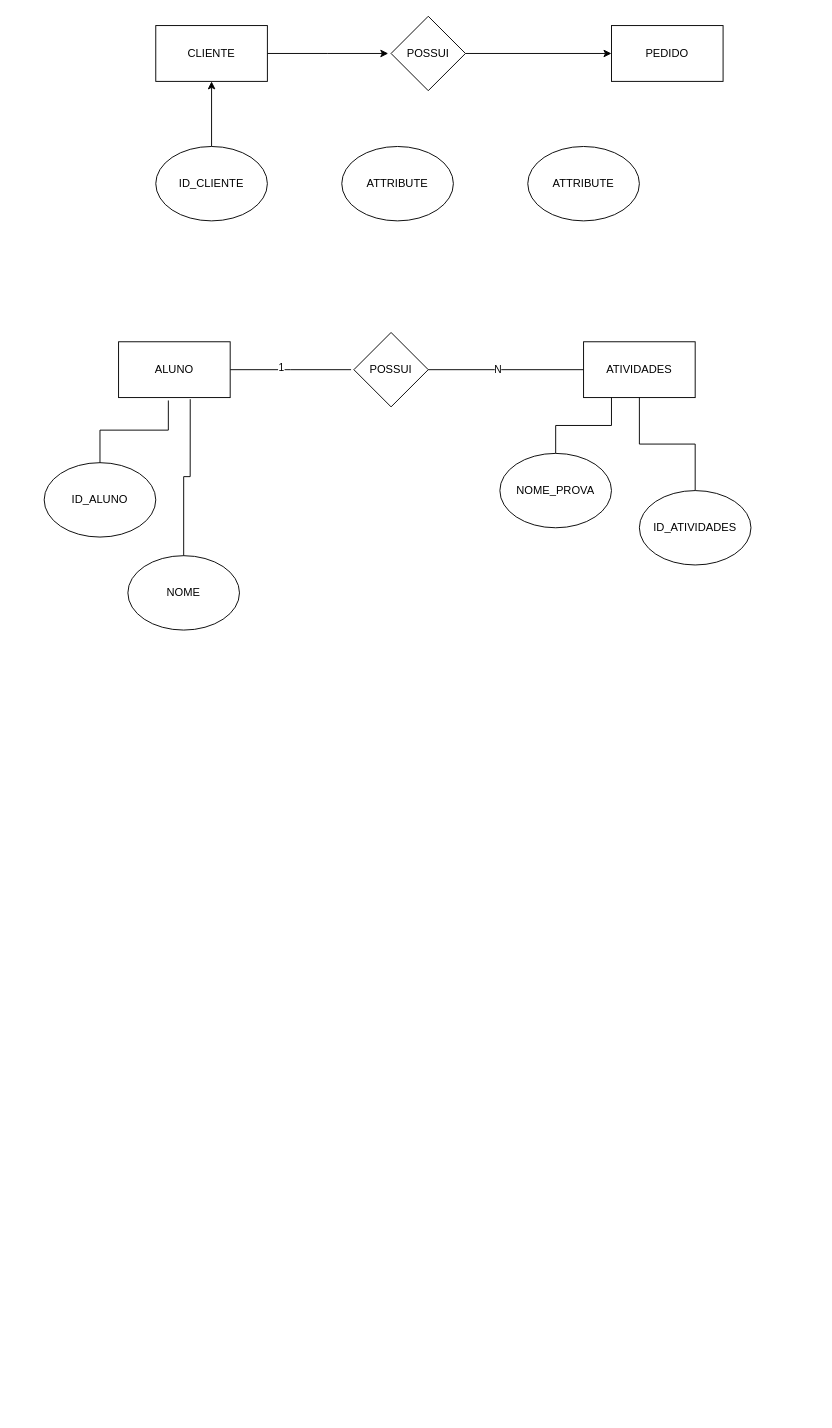
Earlier version of the draw.io diagram exemplo/MER.drawio (MarcosAMessias/Ola-Mundo). Source tidied: cells renumbered, new cells numbered last; positions are measured from the earlier drawing's top-left corner, leaving out a move shared by most shapes. Both pictures are drawn from the tidied source at 93%, with x=0, y=0 at pixel (44, 16).
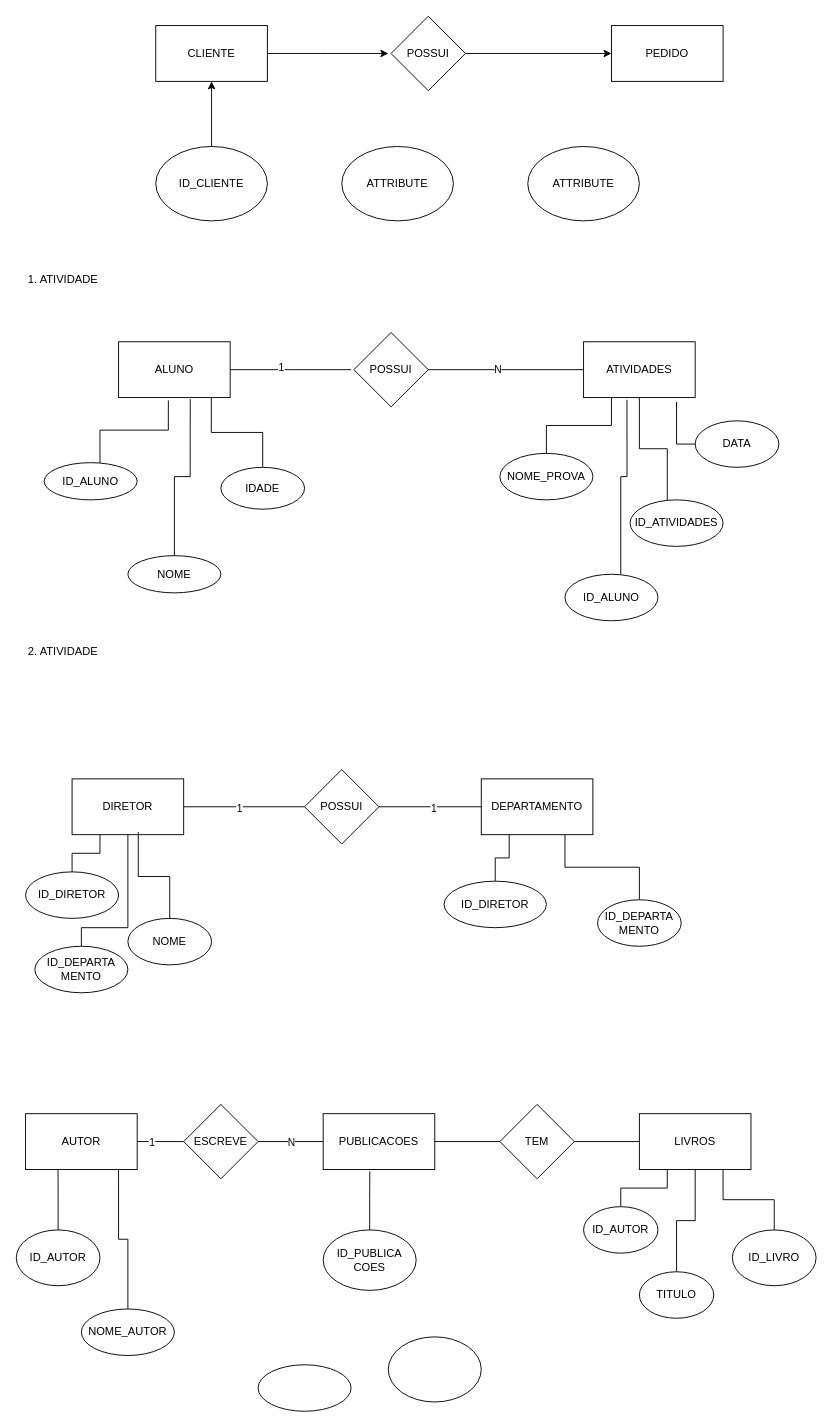
Above is the later version.

Unchanged cells that the change refers to:
```xml
<mxCell id="13" value="ALUNO" style="rounded=0;whiteSpace=wrap;html=1;" parent="1" vertex="1">
  <mxGeometry x="80" y="350" width="120" height="60" as="geometry" />
</mxCell>
<mxCell id="17" value="ATIVIDADES" style="rounded=0;whiteSpace=wrap;html=1;" parent="1" vertex="1">
  <mxGeometry x="580" y="350" width="120" height="60" as="geometry" />
</mxCell>
```

The edit, as a diff of the source:
```diff
@@
     <mxCell id="18" value="ID_ALUNO" style="ellipse;whiteSpace=wrap;html=1;" parent="1" vertex="1">
-      <mxGeometry y="480" width="120" height="80" as="geometry" />
+      <mxGeometry y="480" width="100" height="40" as="geometry" />
     </mxCell>
@@
     <mxCell id="20" style="edgeStyle=orthogonalEdgeStyle;rounded=0;jettySize=auto;html=1;entryX=0.5;entryY=1;entryDx=0;entryDy=0;endArrow=none;endFill=0;" parent="1" edge="1" source="21" target="17">
-      <mxGeometry relative="1" as="geometry" />
+      <mxGeometry relative="1" as="geometry">
+        <Array as="points">
+          <mxPoint x="670" y="465" />
+          <mxPoint x="640" y="465" />
+        </Array>
+      </mxGeometry>
     </mxCell>
     <mxCell id="21" value="ID_ATIVIDADES" style="ellipse;whiteSpace=wrap;html=1;" parent="1" vertex="1">
-      <mxGeometry x="640" y="510" width="120" height="80" as="geometry" />
+      <mxGeometry x="630" y="520" width="100" height="50" as="geometry" />
     </mxCell>
     <mxCell id="22" value="NOME" style="ellipse;whiteSpace=wrap;html=1;" parent="1" vertex="1">
-      <mxGeometry x="90" y="580" width="120" height="80" as="geometry" />
+      <mxGeometry x="90" y="580" width="100" height="40" as="geometry" />
     </mxCell>
@@
     <mxCell id="25" value="NOME_PROVA" style="ellipse;whiteSpace=wrap;html=1;" parent="1" vertex="1">
-      <mxGeometry x="490" y="470" width="120" height="80" as="geometry" />
+      <mxGeometry x="490" y="470" width="100" height="50" as="geometry" />
     </mxCell>
+    <mxCell id="26" value="IDADE" style="ellipse;whiteSpace=wrap;html=1;" parent="1" vertex="1">
+      <mxGeometry x="190" y="485" width="90" height="45" as="geometry" />
+    </mxCell>
+    <mxCell id="27" style="edgeStyle=orthogonalEdgeStyle;rounded=0;jettySize=auto;html=1;entryX=0.831;entryY=1.006;entryDx=0;entryDy=0;entryPerimeter=0;endArrow=none;endFill=0;" parent="1" edge="1" source="26" target="13">
+      <mxGeometry relative="1" as="geometry" />
+    </mxCell>
+    <mxCell id="28" value="ID_ALUNO" style="ellipse;whiteSpace=wrap;html=1;" parent="1" vertex="1">
+      <mxGeometry x="560" y="600" width="100" height="50" as="geometry" />
+    </mxCell>
+    <mxCell id="29" style="edgeStyle=orthogonalEdgeStyle;rounded=0;jettySize=auto;html=1;entryX=0.389;entryY=1.04;entryDx=0;entryDy=0;entryPerimeter=0;endArrow=none;endFill=0;" parent="1" edge="1" source="28" target="17">
+      <mxGeometry relative="1" as="geometry">
+        <Array as="points">
+          <mxPoint x="620" y="495" />
+          <mxPoint x="627" y="495" />
+        </Array>
+      </mxGeometry>
+    </mxCell>
+    <mxCell id="30" style="edgeStyle=orthogonalEdgeStyle;rounded=0;jettySize=auto;html=1;endArrow=none;endFill=0;" parent="1" edge="1" source="31">
+      <mxGeometry relative="1" as="geometry">
+        <mxPoint x="680" y="420" as="targetPoint" />
+      </mxGeometry>
+    </mxCell>
+    <mxCell id="31" value="DATA" style="ellipse;whiteSpace=wrap;html=1;" parent="1" vertex="1">
+      <mxGeometry x="700" y="435" width="90" height="50" as="geometry" />
+    </mxCell>
+    <mxCell id="32" value="1. ATIVIDADE" style="text;html=1;align=center;verticalAlign=middle;strokeColor=none;fillColor=none;" parent="1" vertex="1">
+      <mxGeometry x="-30" y="268" width="100" height="30" as="geometry" />
+    </mxCell>
+    <mxCell id="33" value="2. ATIVIDADE" style="text;html=1;align=center;verticalAlign=middle;strokeColor=none;fillColor=none;" parent="1" vertex="1">
+      <mxGeometry x="-30" y="668" width="100" height="30" as="geometry" />
+    </mxCell>
+    <mxCell id="34" style="edgeStyle=orthogonalEdgeStyle;rounded=0;jettySize=auto;html=1;entryX=0;entryY=0.5;entryDx=0;entryDy=0;endArrow=none;endFill=0;" parent="1" edge="1" source="36" target="39">
+      <mxGeometry relative="1" as="geometry" />
+    </mxCell>
+    <mxCell id="35" value="1" style="edgeLabel;html=1;align=center;verticalAlign=middle;" parent="34" vertex="1">
+      <mxGeometry x="-0.1" y="-1" relative="1" as="geometry" />
+    </mxCell>
+    <mxCell id="36" value="DIRETOR" style="rounded=0;whiteSpace=wrap;html=1;" parent="1" vertex="1">
+      <mxGeometry x="30" y="820" width="120" height="60" as="geometry" />
+    </mxCell>
+    <mxCell id="37" style="edgeStyle=orthogonalEdgeStyle;rounded=0;jettySize=auto;html=1;exitX=1;exitY=0.5;exitDx=0;exitDy=0;endArrow=none;endFill=0;" parent="1" edge="1" source="39" target="40">
+      <mxGeometry relative="1" as="geometry" />
+    </mxCell>
+    <mxCell id="38" value="1" style="edgeLabel;html=1;align=center;verticalAlign=middle;" parent="37" vertex="1">
+      <mxGeometry x="0.06" y="-1" relative="1" as="geometry" />
+    </mxCell>
+    <mxCell id="39" value="POSSUI" style="rhombus;whiteSpace=wrap;html=1;" parent="1" vertex="1">
+      <mxGeometry x="280" y="810" width="80" height="80" as="geometry" />
+    </mxCell>
+    <mxCell id="40" value="DEPARTAMENTO" style="rounded=0;whiteSpace=wrap;html=1;" parent="1" vertex="1">
+      <mxGeometry x="470" y="820" width="120" height="60" as="geometry" />
+    </mxCell>
+    <mxCell id="41" style="edgeStyle=orthogonalEdgeStyle;rounded=0;jettySize=auto;html=1;entryX=0.25;entryY=1;entryDx=0;entryDy=0;endArrow=none;endFill=0;" parent="1" edge="1" source="42" target="36">
+      <mxGeometry relative="1" as="geometry" />
+    </mxCell>
+    <mxCell id="42" value="ID_DIRETOR" style="ellipse;whiteSpace=wrap;html=1;" parent="1" vertex="1">
+      <mxGeometry x="-20" y="920" width="100" height="50" as="geometry" />
+    </mxCell>
+    <mxCell id="43" style="edgeStyle=orthogonalEdgeStyle;rounded=0;jettySize=auto;html=1;exitX=0.5;exitY=0;exitDx=0;exitDy=0;entryX=0.25;entryY=1;entryDx=0;entryDy=0;endArrow=none;endFill=0;" parent="1" edge="1" source="44" target="40">
+      <mxGeometry relative="1" as="geometry" />
+    </mxCell>
+    <mxCell id="44" value="ID_DIRETOR" style="ellipse;whiteSpace=wrap;html=1;" parent="1" vertex="1">
+      <mxGeometry x="430" y="930" width="110" height="50" as="geometry" />
+    </mxCell>
+    <mxCell id="45" style="edgeStyle=orthogonalEdgeStyle;rounded=0;jettySize=auto;html=1;exitX=0.5;exitY=0;exitDx=0;exitDy=0;entryX=0.75;entryY=1;entryDx=0;entryDy=0;endArrow=none;endFill=0;" parent="1" edge="1" source="46" target="40">
+      <mxGeometry relative="1" as="geometry" />
+    </mxCell>
+    <mxCell id="46" value="ID_DEPARTA&lt;div&gt;MENTO&lt;/div&gt;" style="ellipse;whiteSpace=wrap;html=1;" parent="1" vertex="1">
+      <mxGeometry x="595" y="950" width="90" height="50" as="geometry" />
+    </mxCell>
+    <mxCell id="47" value="NOME" style="ellipse;whiteSpace=wrap;html=1;" parent="1" vertex="1">
+      <mxGeometry x="90" y="970" width="90" height="50" as="geometry" />
+    </mxCell>
+    <mxCell id="48" style="edgeStyle=orthogonalEdgeStyle;rounded=0;jettySize=auto;html=1;entryX=0.593;entryY=0.954;entryDx=0;entryDy=0;entryPerimeter=0;endArrow=none;endFill=0;" parent="1" edge="1" source="47" target="36">
+      <mxGeometry relative="1" as="geometry" />
+    </mxCell>
+    <mxCell id="49" style="edgeStyle=orthogonalEdgeStyle;rounded=0;jettySize=auto;html=1;entryX=0.5;entryY=1;entryDx=0;entryDy=0;endArrow=none;endFill=0;" parent="1" edge="1" source="50" target="36">
+      <mxGeometry relative="1" as="geometry">
+        <Array as="points">
+          <mxPoint x="40" y="980" />
+          <mxPoint x="90" y="980" />
+        </Array>
+      </mxGeometry>
+    </mxCell>
+    <mxCell id="50" value="ID_DEPARTA&lt;div&gt;MENTO&lt;/div&gt;" style="ellipse;whiteSpace=wrap;html=1;" parent="1" vertex="1">
+      <mxGeometry x="-10" y="1000" width="100" height="50" as="geometry" />
+    </mxCell>
+    <mxCell id="51" style="edgeStyle=orthogonalEdgeStyle;rounded=0;jettySize=auto;html=1;entryX=0;entryY=0.5;entryDx=0;entryDy=0;endArrow=none;endFill=0;" parent="1" edge="1" source="53" target="54">
+      <mxGeometry relative="1" as="geometry" />
+    </mxCell>
+    <mxCell id="52" value="1" style="edgeLabel;html=1;align=center;verticalAlign=middle;" parent="51" vertex="1">
+      <mxGeometry x="-0.4" relative="1" as="geometry" />
+    </mxCell>
+    <mxCell id="53" value="AUTOR" style="rounded=0;whiteSpace=wrap;html=1;" parent="1" vertex="1">
+      <mxGeometry x="-20" y="1180" width="120" height="60" as="geometry" />
+    </mxCell>
+    <mxCell id="54" value="ESCREVE" style="rhombus;whiteSpace=wrap;html=1;" parent="1" vertex="1">
+      <mxGeometry x="150" y="1170" width="80" height="80" as="geometry" />
+    </mxCell>
+    <mxCell id="55" style="edgeStyle=orthogonalEdgeStyle;rounded=0;jettySize=auto;html=1;endArrow=none;endFill=0;" parent="1" edge="1" source="58" target="54">
+      <mxGeometry relative="1" as="geometry" />
+    </mxCell>
+    <mxCell id="56" value="N" style="edgeLabel;html=1;align=center;verticalAlign=middle;" parent="55" vertex="1">
+      <mxGeometry x="0.01" relative="1" as="geometry" />
+    </mxCell>
+    <mxCell id="57" style="edgeStyle=orthogonalEdgeStyle;rounded=0;jettySize=auto;html=1;entryX=0;entryY=0.5;entryDx=0;entryDy=0;endArrow=none;endFill=0;" parent="1" edge="1" source="58" target="68">
+      <mxGeometry relative="1" as="geometry" />
+    </mxCell>
+    <mxCell id="58" value="PUBLICACOES" style="rounded=0;whiteSpace=wrap;html=1;" parent="1" vertex="1">
+      <mxGeometry x="300" y="1180" width="120" height="60" as="geometry" />
+    </mxCell>
+    <mxCell id="59" value="NOME_AUTOR" style="ellipse;whiteSpace=wrap;html=1;" parent="1" vertex="1">
+      <mxGeometry x="40" y="1390" width="100" height="50" as="geometry" />
+    </mxCell>
+    <mxCell id="60" value="ID_AUTOR" style="ellipse;whiteSpace=wrap;html=1;" parent="1" vertex="1">
+      <mxGeometry x="-30" y="1305" width="90" height="60" as="geometry" />
+    </mxCell>
+    <mxCell id="61" style="edgeStyle=orthogonalEdgeStyle;rounded=0;jettySize=auto;html=1;entryX=0.25;entryY=1;entryDx=0;entryDy=0;endArrow=none;endFill=0;" parent="1" edge="1" source="62" target="69">
+      <mxGeometry relative="1" as="geometry" />
+    </mxCell>
+    <mxCell id="62" value="ID_AUTOR" style="ellipse;whiteSpace=wrap;html=1;" parent="1" vertex="1">
+      <mxGeometry x="580" y="1280" width="80" height="50" as="geometry" />
+    </mxCell>
+    <mxCell id="63" style="edgeStyle=orthogonalEdgeStyle;rounded=0;jettySize=auto;html=1;entryX=0.75;entryY=1;entryDx=0;entryDy=0;endArrow=none;endFill=0;" parent="1" edge="1" source="64" target="69">
+      <mxGeometry relative="1" as="geometry" />
+    </mxCell>
+    <mxCell id="64" value="ID_LIVRO" style="ellipse;whiteSpace=wrap;html=1;" parent="1" vertex="1">
+      <mxGeometry x="740" y="1305" width="90" height="60" as="geometry" />
+    </mxCell>
+    <mxCell id="65" style="edgeStyle=orthogonalEdgeStyle;rounded=0;jettySize=auto;html=1;entryX=0.5;entryY=1;entryDx=0;entryDy=0;endArrow=none;endFill=0;" parent="1" edge="1" source="66" target="69">
+      <mxGeometry relative="1" as="geometry" />
+    </mxCell>
+    <mxCell id="66" value="TITULO" style="ellipse;whiteSpace=wrap;html=1;" parent="1" vertex="1">
+      <mxGeometry x="640" y="1350" width="80" height="50" as="geometry" />
+    </mxCell>
+    <mxCell id="67" style="edgeStyle=orthogonalEdgeStyle;rounded=0;jettySize=auto;html=1;entryX=0;entryY=0.5;entryDx=0;entryDy=0;endArrow=none;endFill=0;" parent="1" edge="1" source="68" target="69">
+      <mxGeometry relative="1" as="geometry" />
+    </mxCell>
+    <mxCell id="68" value="TEM" style="rhombus;whiteSpace=wrap;html=1;" parent="1" vertex="1">
+      <mxGeometry x="490" y="1170" width="80" height="80" as="geometry" />
+    </mxCell>
+    <mxCell id="69" value="LIVROS" style="rounded=0;whiteSpace=wrap;html=1;" parent="1" vertex="1">
+      <mxGeometry x="640" y="1180" width="120" height="60" as="geometry" />
+    </mxCell>
+    <mxCell id="70" style="edgeStyle=orthogonalEdgeStyle;rounded=0;jettySize=auto;html=1;exitX=0.5;exitY=0;exitDx=0;exitDy=0;entryX=0.291;entryY=0.989;entryDx=0;entryDy=0;entryPerimeter=0;endArrow=none;endFill=0;" parent="1" edge="1" source="60" target="53">
+      <mxGeometry relative="1" as="geometry" />
+    </mxCell>
+    <mxCell id="71" style="edgeStyle=orthogonalEdgeStyle;rounded=0;jettySize=auto;html=1;entryX=0.833;entryY=1;entryDx=0;entryDy=0;entryPerimeter=0;endArrow=none;endFill=0;" parent="1" edge="1" source="59" target="53">
+      <mxGeometry relative="1" as="geometry" />
+    </mxCell>
+    <mxCell id="72" value="ID_PUBLICA&lt;div&gt;COES&lt;/div&gt;" style="ellipse;whiteSpace=wrap;html=1;" parent="1" vertex="1">
+      <mxGeometry x="300" y="1305" width="100" height="65" as="geometry" />
+    </mxCell>
+    <mxCell id="73" style="ellipse;whiteSpace=wrap;html=1;" parent="1" vertex="1">
+      <mxGeometry x="370" y="1420" width="100" height="70" as="geometry" />
+    </mxCell>
+    <mxCell id="74" style="ellipse;whiteSpace=wrap;html=1;" parent="1" vertex="1">
+      <mxGeometry x="230" y="1450" width="100" height="50" as="geometry" />
+    </mxCell>
+    <mxCell id="75" style="edgeStyle=orthogonalEdgeStyle;rounded=0;jettySize=auto;html=1;exitX=0.5;exitY=0;exitDx=0;exitDy=0;entryX=0.418;entryY=1.034;entryDx=0;entryDy=0;entryPerimeter=0;endArrow=none;endFill=0;" parent="1" edge="1" source="72" target="58">
+      <mxGeometry relative="1" as="geometry" />
+    </mxCell>
```
